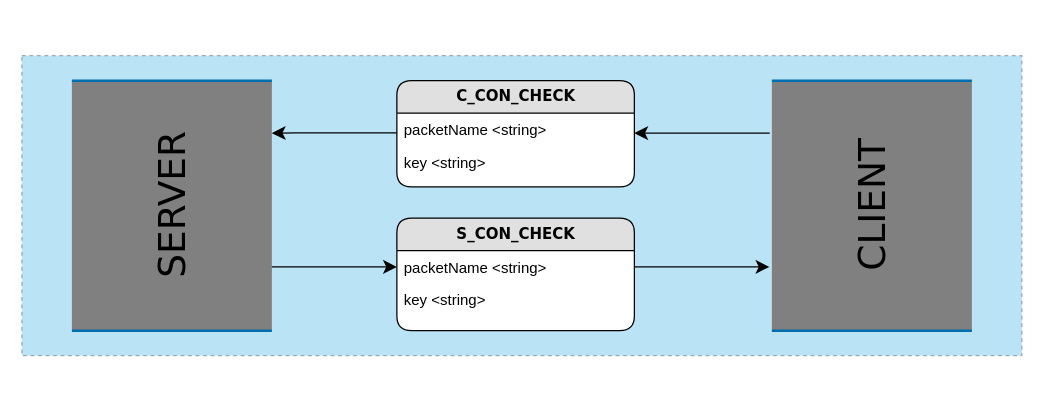
Above: page "CON_CHECK" (2 of 4) of documentation/Packets Diagram.drawio in TresComaCatorce/MMORPG (draw.io), before the change. Source tidied: cells renumbered, new cells numbered last; positions are measured from the earlier drawing's top-left corner, leaving out a move shared by most shapes. Both pictures are drawn from the tidied source at 125%, with x=0, y=0 at pixel (21, 55).
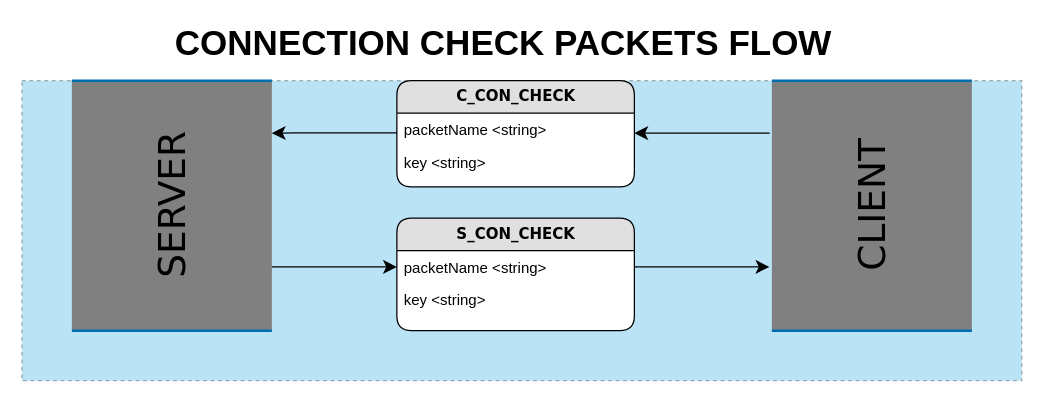
After the change.

What changed in the source:
```diff
@@
     <mxCell id="2" style="rounded=0;whiteSpace=wrap;html=1;shadow=0;fillColor=#1ba1e2;dashed=1;fontColor=#ffffff;opacity=30;" parent="1" vertex="1">
-      <mxGeometry width="800" height="240" as="geometry" />
+      <mxGeometry y="20" width="800" height="240" as="geometry" />
     </mxCell>
@@
+    <mxCell id="15" value="&lt;font style=&quot;font-size: 28px&quot;&gt;&lt;b&gt;CONNECTION CHECK PACKETS FLOW&lt;/b&gt;&lt;/font&gt;" style="text;html=1;align=center;verticalAlign=middle;" parent="1" vertex="1">
+      <mxGeometry x="115" y="-20" width="540" height="20" as="geometry" />
+    </mxCell>
```
